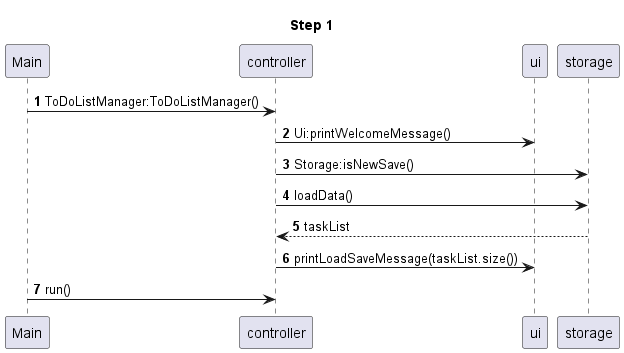
Above: docs/images/StorageSequenceDiagramStep1-Step_1.png in nus-cs2113-AY2223S2/tp (PlantUML), before the change.
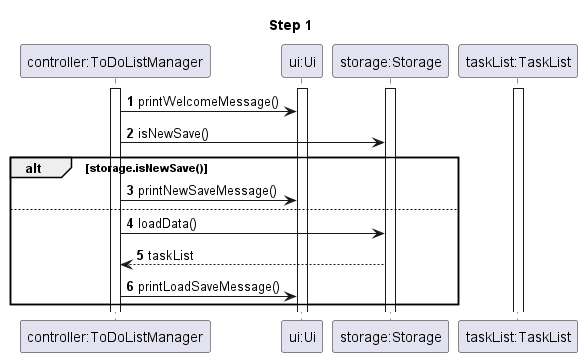
Later version of the same file.

Commit message:
Update developer guide and sequence diagrams and delete unnecessary file

Change to the diagram source:
```diff
@@ -1,13 +1,25 @@
 @startuml
 
 autonumber
+participant "controller:ToDoListManager" as ToDoListManager
+participant "ui:Ui" as Ui
+participant "storage:Storage" as Storage
+participant "taskList:TaskList" as TaskList
+
 title Step 1
-Main -> controller:ToDoListManager:ToDoListManager()
-controller -> ui:Ui:printWelcomeMessage()
-controller -> storage:Storage:isNewSave()
-controller -> storage:loadData()
-controller <-- storage:taskList
-controller -> ui:printLoadSaveMessage(taskList.size())
-Main -> controller:run()
+activate ToDoListManager
+activate Ui
+activate Storage
+activate TaskList
+
+ToDoListManager -> Ui:printWelcomeMessage()
+ToDoListManager -> Storage:isNewSave()
+alt storage.isNewSave()
+    ToDoListManager -> Ui:printNewSaveMessage()
+else
+    ToDoListManager -> Storage:loadData()
+    ToDoListManager <-- Storage:taskList
+    ToDoListManager -> Ui:printLoadSaveMessage()
+end
 
 @enduml
```
